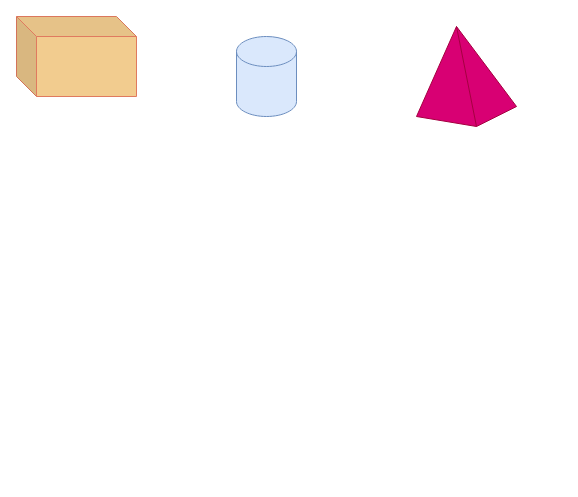
This is page "3dshapes" (2 of 2) of src/main/resources/static/images/shapes.drawio from oliverwatkins/shape-shop-backend, a draw.io file, before an edit. Source tidied: cells renumbered, new cells numbered last; positions are measured from the earlier drawing's top-left corner, leaving out a move shared by most shapes. Both pictures are drawn from the tidied source at 100%, with x=0, y=0 at pixel (16, 16).
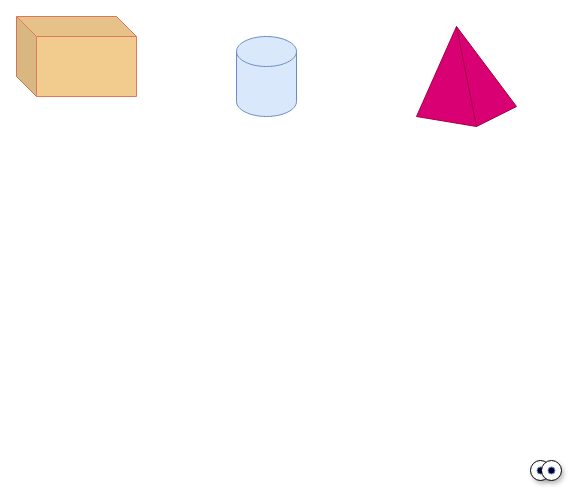
After the change.

Diff of the diagram source:
```diff
@@
 <mxGraphModel>
   <root>
     <mxCell id="0" />
     <mxCell id="1" parent="0" />
     <mxCell id="2" style="shape=cube;whiteSpace=wrap;html=1;boundedLbl=1;backgroundOutline=1;darkOpacity=0.05;darkOpacity2=0.1;labelBackgroundColor=none;fillColor=#F2CC8F;strokeColor=#E07A5F;fontColor=#393C56;" parent="1" vertex="1">
       <mxGeometry width="120" height="80" as="geometry" />
     </mxCell>
     <mxCell id="3" style="shape=cylinder3;whiteSpace=wrap;html=1;boundedLbl=1;backgroundOutline=1;size=15;strokeColor=#6c8ebf;fillColor=#dae8fc;" parent="1" vertex="1">
       <mxGeometry x="220" y="20" width="60" height="80" as="geometry" />
     </mxCell>
     <mxCell id="4" style="verticalLabelPosition=bottom;verticalAlign=top;html=1;shape=mxgraph.basic.pyramid;dx1=0.4;dx2=0.6;dy1=0.9;dy2=0.8;strokeColor=#A50040;fontColor=#ffffff;fillColor=#d80073;" parent="1" vertex="1">
       <mxGeometry x="400" y="10" width="100" height="100" as="geometry" />
     </mxCell>
+    <mxCell id="5" style="ellipse;whiteSpace=wrap;html=1;shadow=1;" parent="1" vertex="1">
+      <mxGeometry x="514" y="444" width="20" height="20" as="geometry" />
+    </mxCell>
+    <mxCell id="6" style="ellipse;whiteSpace=wrap;html=1;shadow=0;sketch=0;fillColor=#000033;strokeColor=#6c8ebf;" parent="1" vertex="1">
+      <mxGeometry x="520.5" y="450.5" width="7" height="7" as="geometry" />
+    </mxCell>
+    <mxCell id="7" style="ellipse;whiteSpace=wrap;html=1;shadow=1;" parent="1" vertex="1">
+      <mxGeometry x="525" y="444" width="20" height="20" as="geometry" />
+    </mxCell>
+    <mxCell id="8" style="ellipse;whiteSpace=wrap;html=1;shadow=0;sketch=0;fillColor=#000033;strokeColor=#6c8ebf;" parent="1" vertex="1">
+      <mxGeometry x="531.5" y="450.5" width="7" height="7" as="geometry" />
+    </mxCell>
   </root>
 </mxGraphModel>
```
